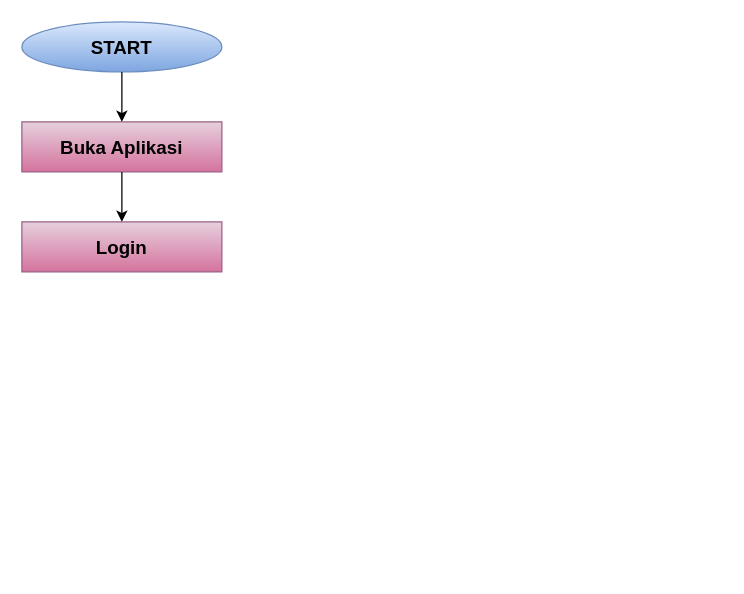
AinunNafisah-FE2787774/ainun_nafisah-go_food_Online keeps this draw.io diagram as flowchart.drawio. Above is the earlier version. Source tidied: cells renumbered, new cells numbered last; positions are measured from the earlier drawing's top-left corner, leaving out a move shared by most shapes. Both pictures are drawn from the tidied source at 125%, with x=0, y=0 at pixel (21, 21).
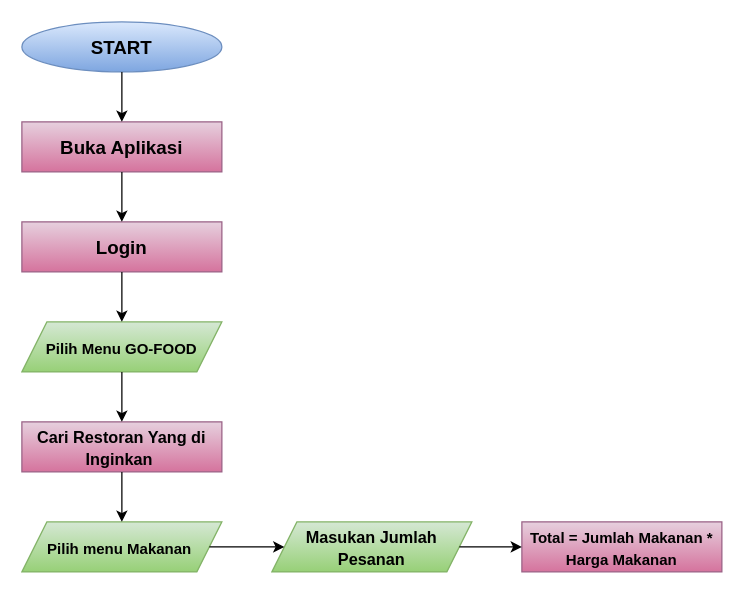
Above is the later version.

Commit message:
Add Food Price Calculations Flow

Change to the diagram source:
```diff
@@
 <mxGraphModel>
   <root>
     <mxCell id="0" />
     <mxCell id="1" parent="0" />
     <mxCell id="2" value="&lt;font color=&quot;#000000&quot; size=&quot;1&quot;&gt;&lt;b style=&quot;font-size: 15px&quot;&gt;START&lt;/b&gt;&lt;/font&gt;" style="ellipse;whiteSpace=wrap;html=1;fillColor=#dae8fc;gradientColor=#7ea6e0;strokeColor=#6c8ebf;" parent="1" vertex="1">
       <mxGeometry width="160" height="40" as="geometry" />
     </mxCell>
     <mxCell id="3" value="&lt;b&gt;&lt;font style=&quot;font-size: 15px&quot;&gt;Buka Aplikasi&lt;/font&gt;&lt;/b&gt;" style="rounded=0;whiteSpace=wrap;html=1;fillColor=#e6d0de;gradientColor=#d5739d;strokeColor=#996185;" parent="1" vertex="1">
       <mxGeometry y="80" width="160" height="40" as="geometry" />
     </mxCell>
     <mxCell id="4" style="endArrow=classic;html=1;exitX=0.5;exitY=1;exitDx=0;exitDy=0;entryX=0.5;entryY=0;entryDx=0;entryDy=0;" parent="1" edge="1" source="2" target="3">
       <mxGeometry relative="1" as="geometry" />
     </mxCell>
     <mxCell id="5" value="&lt;b&gt;&lt;font style=&quot;font-size: 15px&quot;&gt;Login&lt;/font&gt;&lt;/b&gt;" style="rounded=0;whiteSpace=wrap;html=1;fillColor=#e6d0de;gradientColor=#d5739d;strokeColor=#996185;" parent="1" vertex="1">
       <mxGeometry y="160" width="160" height="40" as="geometry" />
     </mxCell>
     <mxCell id="6" style="endArrow=classic;html=1;exitX=0.5;exitY=1;exitDx=0;exitDy=0;entryX=0.5;entryY=0;entryDx=0;entryDy=0;" parent="1" edge="1" source="3" target="5">
       <mxGeometry relative="1" as="geometry" />
     </mxCell>
+    <mxCell id="7" value="&lt;b&gt;&lt;font style=&quot;font-size: 12px&quot; color=&quot;#000000&quot;&gt;Pilih Menu GO-FOOD&lt;/font&gt;&lt;/b&gt;" style="shape=parallelogram;perimeter=parallelogramPerimeter;whiteSpace=wrap;html=1;fixedSize=1;fontSize=15;fillColor=#d5e8d4;gradientColor=#97d077;strokeColor=#82b366;" parent="1" vertex="1">
+      <mxGeometry y="240" width="160" height="40" as="geometry" />
+    </mxCell>
+    <mxCell id="8" value="&lt;b&gt;&lt;font style=&quot;font-size: 13px&quot;&gt;Cari Restoran Yang di Inginkan&amp;nbsp;&lt;/font&gt;&lt;/b&gt;" style="rounded=0;whiteSpace=wrap;html=1;fontSize=15;fillColor=#e6d0de;gradientColor=#d5739d;strokeColor=#996185;" parent="1" vertex="1">
+      <mxGeometry y="320" width="160" height="40" as="geometry" />
+    </mxCell>
+    <mxCell id="9" value="&lt;b&gt;&lt;font style=&quot;font-size: 12px&quot; color=&quot;#000000&quot;&gt;Pilih menu Makanan&amp;nbsp;&lt;/font&gt;&lt;/b&gt;" style="shape=parallelogram;perimeter=parallelogramPerimeter;whiteSpace=wrap;html=1;fixedSize=1;fontSize=15;fillColor=#d5e8d4;gradientColor=#97d077;strokeColor=#82b366;" parent="1" vertex="1">
+      <mxGeometry y="400" width="160" height="40" as="geometry" />
+    </mxCell>
+    <mxCell id="10" style="endArrow=classic;html=1;fontSize=15;fontColor=#000000;exitX=0.5;exitY=1;exitDx=0;exitDy=0;entryX=0.5;entryY=0;entryDx=0;entryDy=0;" parent="1" edge="1" source="5" target="7">
+      <mxGeometry relative="1" as="geometry" />
+    </mxCell>
+    <mxCell id="11" style="endArrow=classic;html=1;fontSize=15;fontColor=#000000;exitX=0.5;exitY=1;exitDx=0;exitDy=0;entryX=0.5;entryY=0;entryDx=0;entryDy=0;" parent="1" edge="1" source="7" target="8">
+      <mxGeometry relative="1" as="geometry" />
+    </mxCell>
+    <mxCell id="12" style="endArrow=classic;html=1;fontSize=15;fontColor=#000000;exitX=0.5;exitY=1;exitDx=0;exitDy=0;entryX=0.5;entryY=0;entryDx=0;entryDy=0;" parent="1" edge="1" source="8" target="9">
+      <mxGeometry relative="1" as="geometry" />
+    </mxCell>
+    <mxCell id="13" value="&lt;b&gt;&lt;font color=&quot;#000000&quot; style=&quot;font-size: 13px&quot;&gt;Masukan Jumlah Pesanan&lt;/font&gt;&lt;/b&gt;" style="shape=parallelogram;perimeter=parallelogramPerimeter;whiteSpace=wrap;html=1;fixedSize=1;fontSize=15;fillColor=#d5e8d4;gradientColor=#97d077;strokeColor=#82b366;" parent="1" vertex="1">
+      <mxGeometry x="200" y="400" width="160" height="40" as="geometry" />
+    </mxCell>
+    <mxCell id="14" value="&lt;font style=&quot;font-size: 12px&quot;&gt;&lt;b&gt;Total = Jumlah Makanan * Harga Makanan&lt;/b&gt;&lt;/font&gt;" style="rounded=0;whiteSpace=wrap;html=1;fontSize=15;fillColor=#e6d0de;gradientColor=#d5739d;strokeColor=#996185;" parent="1" vertex="1">
+      <mxGeometry x="400" y="400" width="160" height="40" as="geometry" />
+    </mxCell>
+    <mxCell id="15" style="endArrow=classic;html=1;fontSize=15;fontColor=#000000;exitX=1;exitY=0.5;exitDx=0;exitDy=0;entryX=0;entryY=0.5;entryDx=0;entryDy=0;" parent="1" edge="1" source="13" target="14">
+      <mxGeometry relative="1" as="geometry" />
+    </mxCell>
+    <mxCell id="16" style="endArrow=classic;html=1;fontSize=15;fontColor=#000000;exitX=1;exitY=0.5;exitDx=0;exitDy=0;" parent="1" edge="1" source="9" target="13">
+      <mxGeometry relative="1" as="geometry" />
+    </mxCell>
   </root>
 </mxGraphModel>
```
